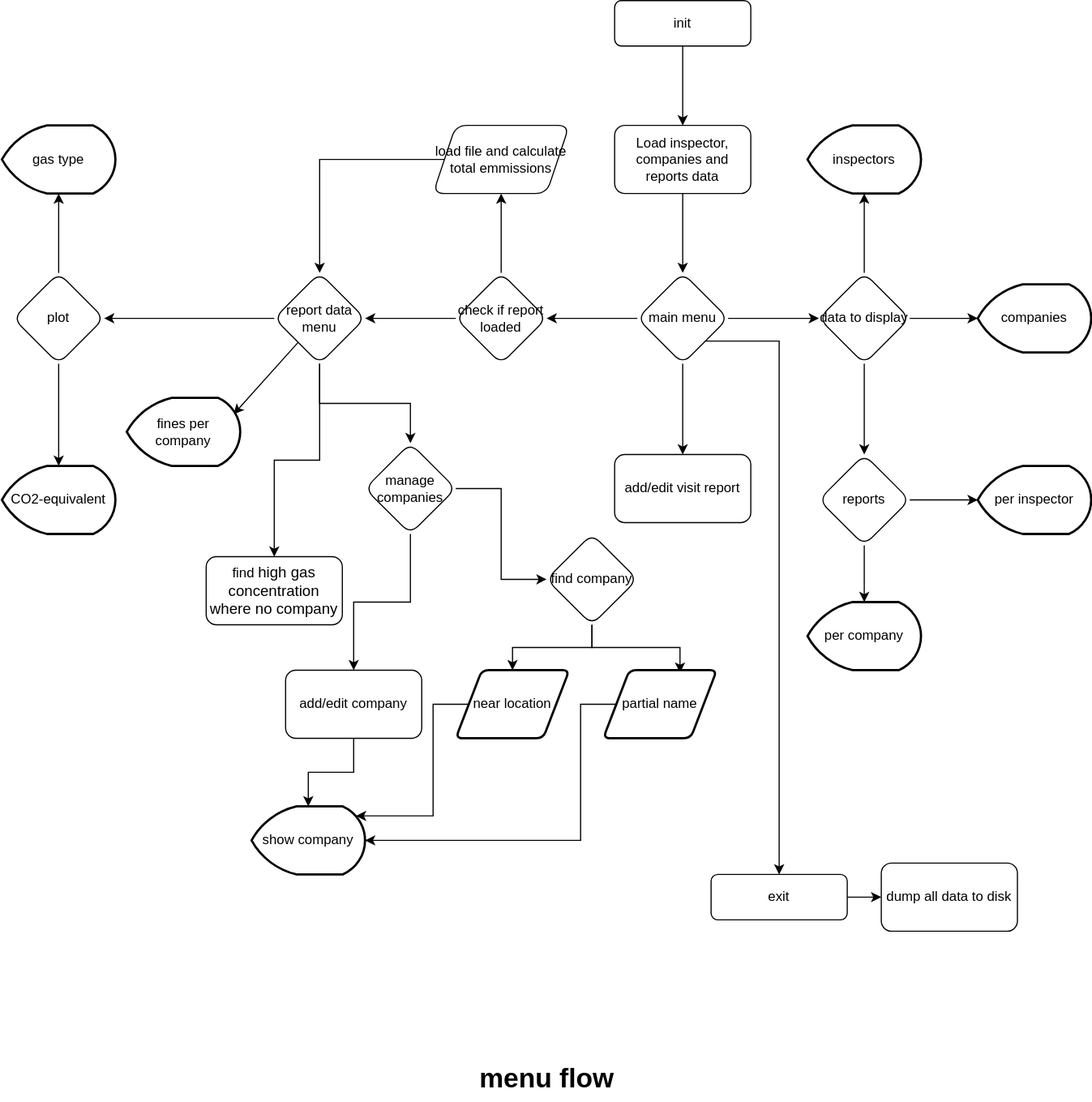
school-X-rays5/novi-python-eindopdracht keeps this draw.io diagram as flow charts/menu-flow.svg. Above is the earlier version. Source tidied: cells renumbered, new cells last; positions are measured from the earlier drawing's top-left corner, leaving out a move shared by most shapes.
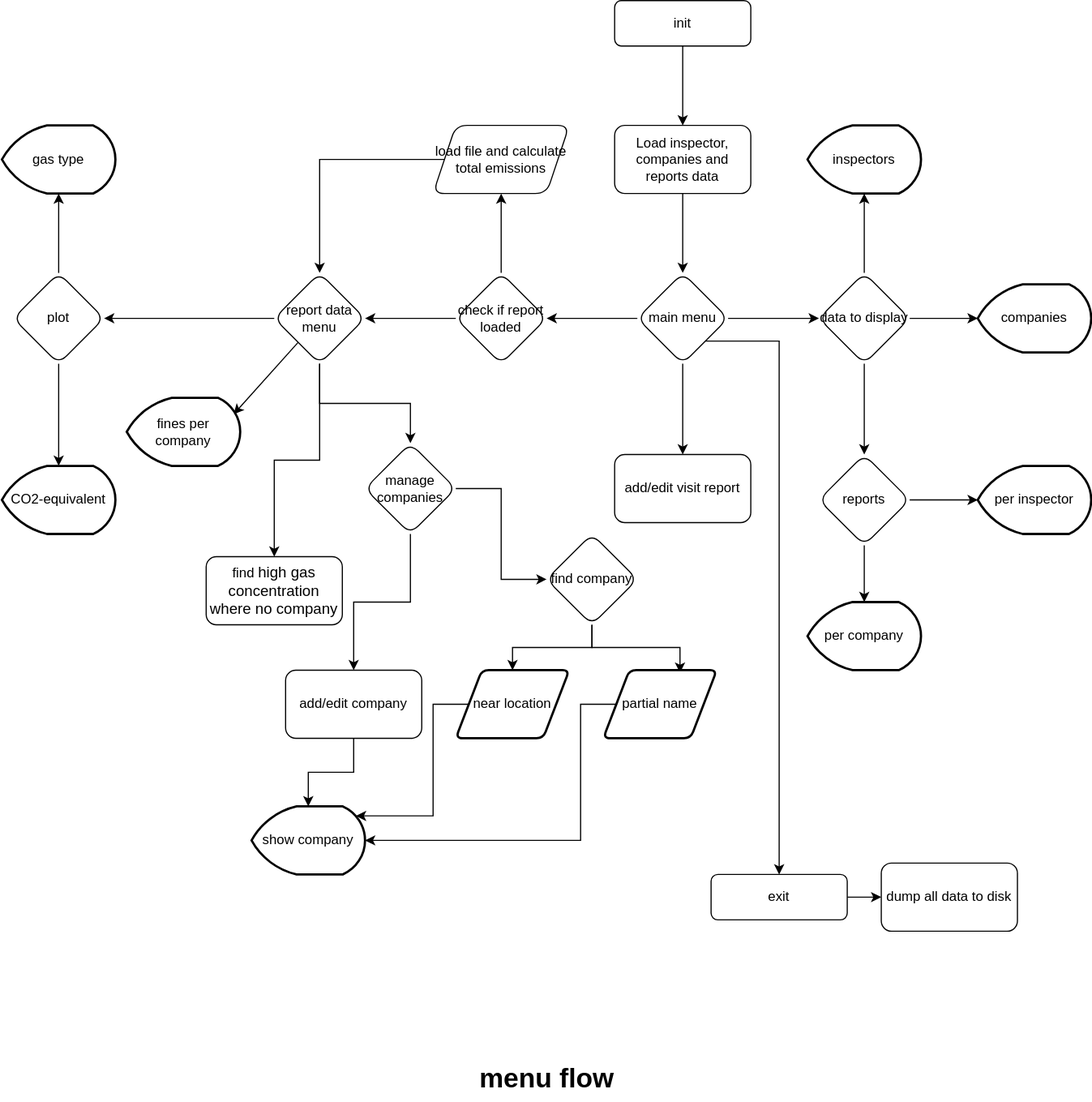
Later version of the same file.

The edit, as a diff of the source:
```diff
@@ -78,7 +78,7 @@
     <mxCell id="25" style="edgeStyle=orthogonalEdgeStyle;rounded=0;jettySize=auto;html=1;entryX=0.5;entryY=0;entryDx=0;entryDy=0;" parent="1" edge="1" source="26" target="31">
       <mxGeometry relative="1" as="geometry" />
     </mxCell>
-    <mxCell id="26" value="&lt;p&gt;load file and calculate total emmissions&lt;/p&gt;" style="shape=parallelogram;perimeter=parallelogramPerimeter;whiteSpace=wrap;html=1;fixedSize=1;rounded=1;glass=0;strokeWidth=1;shadow=0;" parent="1" vertex="1">
+    <mxCell id="26" value="&lt;p&gt;load file and calculate total emissions&lt;/p&gt;" style="shape=parallelogram;perimeter=parallelogramPerimeter;whiteSpace=wrap;html=1;fixedSize=1;rounded=1;glass=0;strokeWidth=1;shadow=0;" parent="1" vertex="1">
       <mxGeometry x="380" y="110" width="120" height="60" as="geometry" />
     </mxCell>
     <mxCell id="27" style="edgeStyle=orthogonalEdgeStyle;rounded=0;jettySize=auto;html=1;" parent="1" edge="1" source="31" target="34">
```
